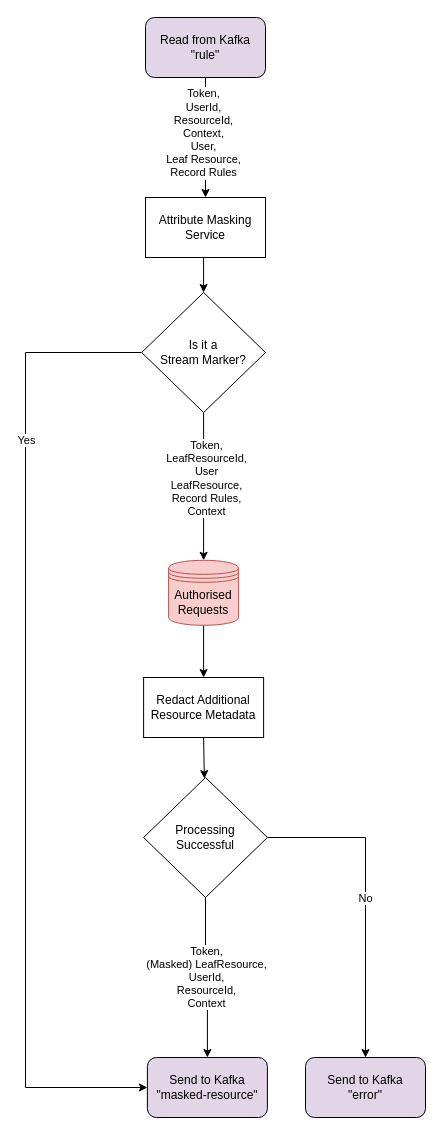
Earlier version of the draw.io diagram attribute-masking-service/doc/attribute-masking-service.drawio (gchq/Palisade-services). Source tidied: cells renumbered, new cells numbered last; positions are measured from the earlier drawing's top-left corner, leaving out a move shared by most shapes. Both pictures are drawn from the tidied source at 100%, with x=0, y=0 at pixel (25, 17).
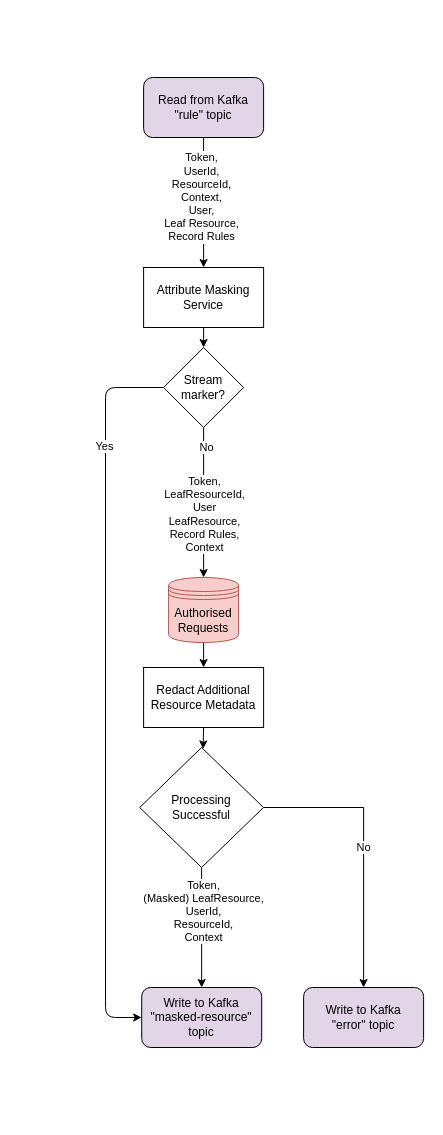
Above is the later version.

What changed in the source:
```diff
@@
-    <mxCell id="2" style="edgeStyle=orthogonalEdgeStyle;rounded=0;jettySize=auto;html=1;exitX=0.5;exitY=1;exitDx=0;exitDy=0;entryX=0.5;entryY=0;entryDx=0;entryDy=0;" parent="1" edge="1" source="3" target="11">
-      <mxGeometry relative="1" as="geometry" />
-    </mxCell>
     <mxCell id="3" value="Attribute Masking Service" style="rounded=0;whiteSpace=wrap;html=1;" parent="1" vertex="1">
-      <mxGeometry x="120" y="180" width="120" height="60" as="geometry" />
+      <mxGeometry x="118.1" y="250" width="120" height="60" as="geometry" />
     </mxCell>
@@
-    <mxCell id="6" value="&lt;div&gt;Read from Kafka&lt;/div&gt;&lt;div&gt;&quot;rule&quot;&lt;br&gt;&lt;/div&gt;" style="rounded=1;whiteSpace=wrap;html=1;fillColor=#E1D5E7;" parent="1" vertex="1">
-      <mxGeometry x="120" width="120" height="60" as="geometry" />
+    <mxCell id="6" value="&lt;div&gt;Read from Kafka&lt;/div&gt;&lt;div&gt;&quot;rule&quot; topic&lt;br&gt;&lt;/div&gt;" style="rounded=1;whiteSpace=wrap;html=1;fillColor=#E1D5E7;" parent="1" vertex="1">
+      <mxGeometry x="118.1" y="60" width="120" height="60" as="geometry" />
     </mxCell>
-    <mxCell id="7" style="edgeStyle=orthogonalEdgeStyle;rounded=0;jettySize=auto;html=1;exitX=0;exitY=0.5;exitDx=0;exitDy=0;entryX=0;entryY=0.5;entryDx=0;entryDy=0;" parent="1" edge="1" source="11" target="12">
-      <mxGeometry relative="1" as="geometry">
-        <Array as="points">
-          <mxPoint y="335" />
-          <mxPoint y="1070" />
-        </Array>
-      </mxGeometry>
-    </mxCell>
-    <mxCell id="8" value="Yes" style="edgeLabel;html=1;align=center;verticalAlign=middle;" parent="7" vertex="1">
-      <mxGeometry x="-0.73" y="73" relative="1" as="geometry">
-        <mxPoint x="-73" y="73" as="offset" />
-      </mxGeometry>
-    </mxCell>
-    <mxCell id="9" style="edgeStyle=orthogonalEdgeStyle;rounded=0;jettySize=auto;html=1;exitX=0.5;exitY=1;exitDx=0;exitDy=0;entryX=0.5;entryY=0;entryDx=0;entryDy=0;" parent="1" edge="1" source="11" target="15">
+    <mxCell id="9" style="edgeStyle=orthogonalEdgeStyle;rounded=0;jettySize=auto;html=1;exitX=0.5;exitY=1;exitDx=0;exitDy=0;entryX=0.5;entryY=0;entryDx=0;entryDy=0;" parent="1" edge="1" source="22" target="15">
       <mxGeometry relative="1" as="geometry" />
     </mxCell>
     <mxCell id="10" value="Token,&lt;br&gt;LeafResourceId,&lt;br&gt;User&lt;br&gt;LeafResource,&lt;br&gt;Record Rules,&lt;br&gt;Context" style="edgeLabel;html=1;align=center;verticalAlign=middle;" parent="9" vertex="1">
-      <mxGeometry x="-0.26" y="1" relative="1" as="geometry">
-        <mxPoint x="1" y="10" as="offset" />
+      <mxGeometry x="-0.38" y="-1" relative="1" as="geometry">
+        <mxPoint x="1" y="39" as="offset" />
       </mxGeometry>
     </mxCell>
-    <mxCell id="11" value="Is it a &lt;br&gt;Stream Marker?" style="rhombus;whiteSpace=wrap;html=1;" parent="1" vertex="1">
-      <mxGeometry x="116.2" y="275" width="123.8" height="120" as="geometry" />
-    </mxCell>
+    <mxCell id="21" value="No" style="edgeLabel;html=1;align=center;verticalAlign=middle;" parent="9" vertex="1">
+      <mxGeometry x="-0.75" y="2" relative="1" as="geometry" />
+    </mxCell>
-    <mxCell id="12" value="&lt;div&gt;Send to Kafka&lt;/div&gt;&lt;div&gt;&quot;masked-resource&quot;&lt;br&gt;&lt;/div&gt;" style="rounded=1;whiteSpace=wrap;html=1;fillColor=#E1D5E7;" parent="1" vertex="1">
-      <mxGeometry x="121.9" y="1040" width="120" height="60" as="geometry" />
+    <mxCell id="12" value="&lt;div&gt;Write to Kafka&lt;/div&gt;&lt;div&gt;&quot;masked-resource&quot; topic&lt;br&gt;&lt;/div&gt;" style="rounded=1;whiteSpace=wrap;html=1;fillColor=#E1D5E7;" parent="1" vertex="1">
+      <mxGeometry x="116.2" y="970" width="120" height="60" as="geometry" />
     </mxCell>
     <mxCell id="13" value="Redact Additional Resource Metadata" style="rounded=0;whiteSpace=wrap;html=1;" parent="1" vertex="1">
-      <mxGeometry x="118.1" y="660" width="120" height="60" as="geometry" />
+      <mxGeometry x="118.1" y="650" width="120" height="60" as="geometry" />
     </mxCell>
@@
     <mxCell id="15" value="Authorised Requests" style="shape=datastore;whiteSpace=wrap;html=1;fillColor=#f8cecc;strokeColor=#b85450;" parent="1" vertex="1">
-      <mxGeometry x="143.1" y="542.8" width="70" height="65" as="geometry" />
+      <mxGeometry x="143.1" y="560" width="70" height="65" as="geometry" />
     </mxCell>
@@
     <mxCell id="17" value="&lt;span style=&quot;color: rgb(0 , 0 , 0) ; font-family: &amp;#34;helvetica&amp;#34; ; font-size: 11px ; font-style: normal ; font-weight: 400 ; letter-spacing: normal ; text-align: center ; text-indent: 0px ; text-transform: none ; word-spacing: 0px ; background-color: rgb(255 , 255 , 255) ; display: inline ; float: none&quot;&gt;Token,&lt;/span&gt;&lt;br style=&quot;color: rgb(0 , 0 , 0) ; font-family: &amp;#34;helvetica&amp;#34; ; font-size: 11px ; font-style: normal ; font-weight: 400 ; letter-spacing: normal ; text-align: center ; text-indent: 0px ; text-transform: none ; word-spacing: 0px&quot;&gt;&lt;span style=&quot;color: rgb(0 , 0 , 0) ; font-family: &amp;#34;helvetica&amp;#34; ; font-size: 11px ; font-style: normal ; font-weight: 400 ; letter-spacing: normal ; text-align: center ; text-indent: 0px ; text-transform: none ; word-spacing: 0px ; background-color: rgb(255 , 255 , 255) ; display: inline ; float: none&quot;&gt;(Masked) LeafResource,&lt;/span&gt;&lt;br style=&quot;color: rgb(0 , 0 , 0) ; font-family: &amp;#34;helvetica&amp;#34; ; font-size: 11px ; font-style: normal ; font-weight: 400 ; letter-spacing: normal ; text-align: center ; text-indent: 0px ; text-transform: none ; word-spacing: 0px&quot;&gt;&lt;span style=&quot;color: rgb(0 , 0 , 0) ; font-family: &amp;#34;helvetica&amp;#34; ; font-size: 11px ; font-style: normal ; font-weight: 400 ; letter-spacing: normal ; text-align: center ; text-indent: 0px ; text-transform: none ; word-spacing: 0px ; background-color: rgb(255 , 255 , 255) ; display: inline ; float: none&quot;&gt;UserId,&lt;/span&gt;&lt;br style=&quot;color: rgb(0 , 0 , 0) ; font-family: &amp;#34;helvetica&amp;#34; ; font-size: 11px ; font-style: normal ; font-weight: 400 ; letter-spacing: normal ; text-align: center ; text-indent: 0px ; text-transform: none ; word-spacing: 0px&quot;&gt;&lt;span style=&quot;color: rgb(0 , 0 , 0) ; font-family: &amp;#34;helvetica&amp;#34; ; font-size: 11px ; font-style: normal ; font-weight: 400 ; letter-spacing: normal ; text-align: center ; text-indent: 0px ; text-transform: none ; word-spacing: 0px ; background-color: rgb(255 , 255 , 255) ; display: inline ; float: none&quot;&gt;ResourceId,&lt;/span&gt;&lt;br style=&quot;color: rgb(0 , 0 , 0) ; font-family: &amp;#34;helvetica&amp;#34; ; font-size: 11px ; font-style: normal ; font-weight: 400 ; letter-spacing: normal ; text-align: center ; text-indent: 0px ; text-transform: none ; word-spacing: 0px&quot;&gt;&lt;span style=&quot;color: rgb(0 , 0 , 0) ; font-family: &amp;#34;helvetica&amp;#34; ; font-size: 11px ; font-style: normal ; font-weight: 400 ; letter-spacing: normal ; text-align: center ; text-indent: 0px ; text-transform: none ; word-spacing: 0px ; background-color: rgb(255 , 255 , 255) ; display: inline ; float: none&quot;&gt;Context&lt;/span&gt;" style="edgeStyle=orthogonalEdgeStyle;rounded=0;jettySize=auto;html=1;exitX=0.5;exitY=1;exitDx=0;exitDy=0;entryX=0.5;entryY=0;entryDx=0;entryDy=0;" parent="1" edge="1" source="18" target="12">
-      <mxGeometry relative="1" as="geometry" />
+      <mxGeometry x="-0.26" y="2" relative="1" as="geometry" />
     </mxCell>
     <mxCell id="18" value="Processing &lt;br&gt;Successful" style="rhombus;whiteSpace=wrap;html=1;" parent="1" vertex="1">
-      <mxGeometry x="118.1" y="760" width="123.8" height="120" as="geometry" />
+      <mxGeometry x="114.2" y="730" width="123.8" height="120" as="geometry" />
     </mxCell>
-    <mxCell id="19" value="&lt;div&gt;Send to Kafka&lt;/div&gt;&lt;div&gt;&quot;error&quot;&lt;br&gt;&lt;/div&gt;" style="rounded=1;whiteSpace=wrap;html=1;fillColor=#E1D5E7;" parent="1" vertex="1">
-      <mxGeometry x="280" y="1040" width="120" height="60" as="geometry" />
+    <mxCell id="19" value="&lt;div&gt;Write to Kafka&lt;/div&gt;&lt;div&gt;&quot;error&quot; topic&lt;br&gt;&lt;/div&gt;" style="rounded=1;whiteSpace=wrap;html=1;fillColor=#E1D5E7;" parent="1" vertex="1">
+      <mxGeometry x="278.1" y="970" width="120" height="60" as="geometry" />
     </mxCell>
@@
+    <mxCell id="22" value="Stream marker?" style="rhombus;whiteSpace=wrap;html=1;" parent="1" vertex="1">
+      <mxGeometry x="138.1" y="330" width="80" height="80" as="geometry" />
+    </mxCell>
+    <mxCell id="23" style="endArrow=classic;html=1;exitX=0.5;exitY=1;exitDx=0;exitDy=0;entryX=0.5;entryY=0;entryDx=0;entryDy=0;" parent="1" edge="1" source="3" target="22">
+      <mxGeometry relative="1" as="geometry" />
+    </mxCell>
+    <mxCell id="24" style="endArrow=classic;html=1;exitX=0;exitY=0.5;exitDx=0;exitDy=0;entryX=0;entryY=0.5;entryDx=0;entryDy=0;" parent="1" edge="1" source="22" target="12">
+      <mxGeometry relative="1" as="geometry">
+        <Array as="points">
+          <mxPoint x="80" y="370" />
+          <mxPoint x="80" y="1000" />
+        </Array>
+      </mxGeometry>
+    </mxCell>
+    <mxCell id="8" value="Yes" style="edgeLabel;html=1;align=center;verticalAlign=middle;" parent="24" vertex="1">
+      <mxGeometry x="-0.69" y="-2" relative="1" as="geometry">
+        <mxPoint y="5" as="offset" />
+      </mxGeometry>
+    </mxCell>
```
